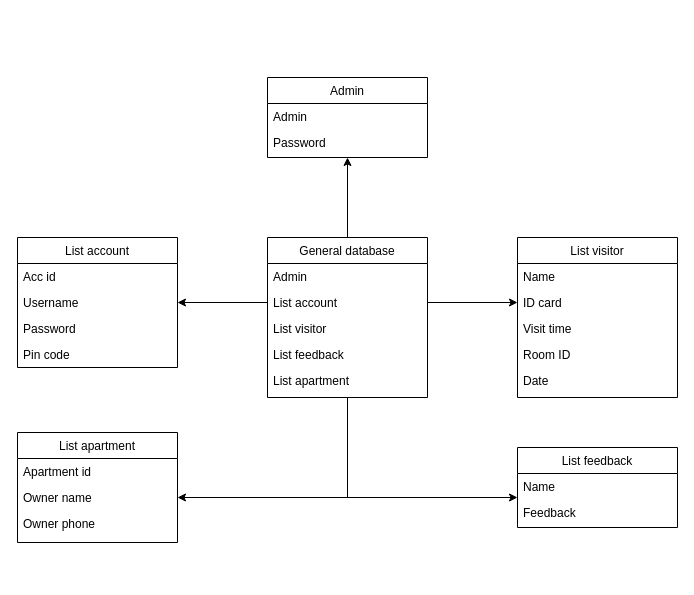
duongminhthanh/app_system_management_visitor_for_old_aparment keeps this draw.io diagram as diagram/Class Diagram.drawio. Above is the earlier version. Source tidied: cells renumbered, new cells numbered last; positions are measured from the earlier drawing's top-left corner, leaving out a move shared by most shapes. Both pictures are drawn from the tidied source at 100%, with x=0, y=0 at pixel (17, 77).
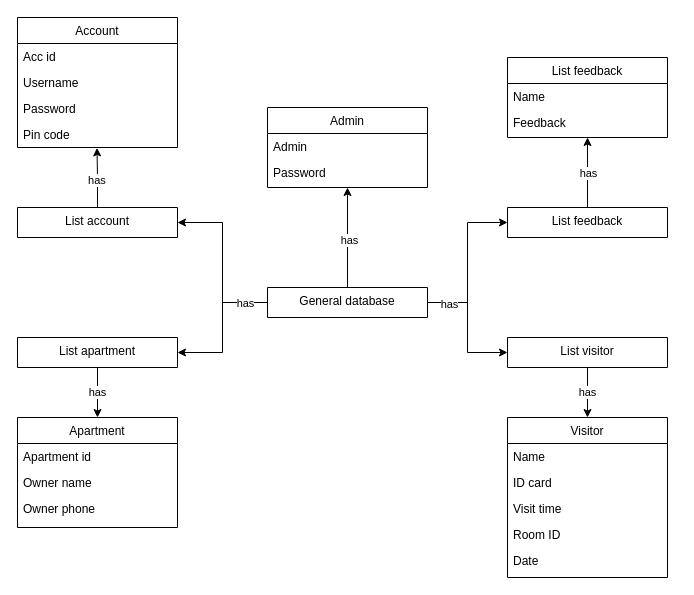
After the change.

Unchanged cells that the change refers to:
```xml
<mxCell id="4" value="Username" style="text;align=left;verticalAlign=top;spacingLeft=4;spacingRight=4;overflow=hidden;points=[[0,0.5],[1,0.5]];portConstraint=eastwest;rounded=0;shadow=0;html=0;" parent="2" vertex="1">
  <mxGeometry y="52" width="160" height="26" as="geometry" />
</mxCell>
<mxCell id="6" value="Pin code" style="text;align=left;verticalAlign=top;spacingLeft=4;spacingRight=4;overflow=hidden;points=[[0,0.5],[1,0.5]];portConstraint=eastwest;rounded=0;shadow=0;html=0;" parent="2" vertex="1">
  <mxGeometry y="104" width="160" height="26" as="geometry" />
</mxCell>
<mxCell id="21" value="ID card" style="text;align=left;verticalAlign=top;spacingLeft=4;spacingRight=4;overflow=hidden;points=[[0,0.5],[1,0.5]];portConstraint=eastwest;rounded=0;shadow=0;html=0;" parent="19" vertex="1">
  <mxGeometry y="52" width="160" height="26" as="geometry" />
</mxCell>
<mxCell id="29" value="Owner name" style="text;align=left;verticalAlign=top;spacingLeft=4;spacingRight=4;overflow=hidden;points=[[0,0.5],[1,0.5]];portConstraint=eastwest;rounded=0;shadow=0;html=0;" parent="27" vertex="1">
  <mxGeometry y="52" width="160" height="26" as="geometry" />
</mxCell>
<mxCell id="33" value="Feedback" style="text;align=left;verticalAlign=top;spacingLeft=4;spacingRight=4;overflow=hidden;points=[[0,0.5],[1,0.5]];portConstraint=eastwest;rounded=0;shadow=0;html=0;" parent="31" vertex="1">
  <mxGeometry y="52" width="160" height="26" as="geometry" />
</mxCell>
```

Change to the diagram source:
```diff
@@
-    <mxCell id="2" value="List account" style="swimlane;fontStyle=0;align=center;verticalAlign=top;horizontal=1;startSize=26;rounded=0;shadow=0;strokeWidth=1;" parent="1" vertex="1">
-      <mxGeometry y="160" width="160" height="130" as="geometry" />
+    <mxCell id="2" value="Account" style="swimlane;fontStyle=0;align=center;verticalAlign=top;horizontal=1;startSize=26;rounded=0;shadow=0;strokeWidth=1;" parent="1" vertex="1">
+      <mxGeometry y="-60" width="160" height="130" as="geometry" />
     </mxCell>
@@
-    <mxCell id="7" style="edgeStyle=orthogonalEdgeStyle;rounded=0;jettySize=auto;html=1;entryX=0.5;entryY=1;entryDx=0;entryDy=0;" parent="1" edge="1" source="10" target="16">
-      <mxGeometry relative="1" as="geometry" />
-    </mxCell>
-    <mxCell id="8" style="edgeStyle=orthogonalEdgeStyle;rounded=0;jettySize=auto;html=1;entryX=1;entryY=0.5;entryDx=0;entryDy=0;" parent="1" edge="1" source="10" target="29">
-      <mxGeometry relative="1" as="geometry" />
-    </mxCell>
-    <mxCell id="9" style="edgeStyle=orthogonalEdgeStyle;rounded=0;jettySize=auto;html=1;entryX=0;entryY=-0.077;entryDx=0;entryDy=0;entryPerimeter=0;" parent="1" edge="1" source="10" target="33">
-      <mxGeometry relative="1" as="geometry" />
-    </mxCell>
-    <mxCell id="10" value="General database" style="swimlane;fontStyle=0;align=center;verticalAlign=top;horizontal=1;startSize=26;rounded=0;shadow=0;strokeWidth=1;" parent="1" vertex="1">
-      <mxGeometry x="250" y="160" width="160" height="160" as="geometry" />
-    </mxCell>
-    <mxCell id="11" value="Admin" style="text;align=left;verticalAlign=top;spacingLeft=4;spacingRight=4;overflow=hidden;" parent="10" vertex="1">
-      <mxGeometry y="26" width="160" height="26" as="geometry" />
-    </mxCell>
-    <mxCell id="12" value="List account" style="text;align=left;verticalAlign=top;spacingLeft=4;spacingRight=4;overflow=hidden;points=[[0,0.5],[1,0.5]];portConstraint=eastwest;rounded=0;shadow=0;html=0;" parent="10" vertex="1">
-      <mxGeometry y="52" width="160" height="26" as="geometry" />
-    </mxCell>
-    <mxCell id="13" value="List visitor" style="text;align=left;verticalAlign=top;spacingLeft=4;spacingRight=4;overflow=hidden;points=[[0,0.5],[1,0.5]];portConstraint=eastwest;rounded=0;shadow=0;html=0;" parent="10" vertex="1">
-      <mxGeometry y="78" width="160" height="26" as="geometry" />
-    </mxCell>
-    <mxCell id="14" value="List feedback" style="text;align=left;verticalAlign=top;spacingLeft=4;spacingRight=4;overflow=hidden;points=[[0,0.5],[1,0.5]];portConstraint=eastwest;rounded=0;shadow=0;html=0;" parent="10" vertex="1">
-      <mxGeometry y="104" width="160" height="26" as="geometry" />
-    </mxCell>
-    <mxCell id="15" value="List apartment" style="text;align=left;verticalAlign=top;spacingLeft=4;spacingRight=4;overflow=hidden;points=[[0,0.5],[1,0.5]];portConstraint=eastwest;rounded=0;shadow=0;html=0;" parent="10" vertex="1">
-      <mxGeometry y="130" width="160" height="26" as="geometry" />
-    </mxCell>
     <mxCell id="16" value="Admin" style="swimlane;fontStyle=0;align=center;verticalAlign=top;horizontal=1;startSize=26;rounded=0;shadow=0;strokeWidth=1;" parent="1" vertex="1">
-      <mxGeometry x="250" width="160" height="80" as="geometry" />
+      <mxGeometry x="250" y="30" width="160" height="80" as="geometry" />
     </mxCell>
@@
-    <mxCell id="19" value="List visitor" style="swimlane;fontStyle=0;align=center;verticalAlign=top;horizontal=1;startSize=26;rounded=0;shadow=0;strokeWidth=1;" parent="1" vertex="1">
-      <mxGeometry x="500" y="160" width="160" height="160" as="geometry" />
+    <mxCell id="19" value="Visitor" style="swimlane;fontStyle=0;align=center;verticalAlign=top;horizontal=1;startSize=26;rounded=0;shadow=0;strokeWidth=1;" parent="1" vertex="1">
+      <mxGeometry x="490" y="340" width="160" height="160" as="geometry" />
     </mxCell>
@@
-    <mxCell id="25" style="edgeStyle=orthogonalEdgeStyle;rounded=0;jettySize=auto;html=1;exitX=0;exitY=0.5;exitDx=0;exitDy=0;entryX=1;entryY=0.5;entryDx=0;entryDy=0;" parent="1" edge="1" source="12" target="4">
-      <mxGeometry relative="1" as="geometry" />
-    </mxCell>
-    <mxCell id="26" style="edgeStyle=orthogonalEdgeStyle;rounded=0;jettySize=auto;html=1;entryX=0;entryY=0.5;entryDx=0;entryDy=0;" parent="1" edge="1" source="12" target="21">
-      <mxGeometry relative="1" as="geometry" />
-    </mxCell>
-    <mxCell id="27" value="List apartment" style="swimlane;fontStyle=0;align=center;verticalAlign=top;horizontal=1;startSize=26;rounded=0;shadow=0;strokeWidth=1;" parent="1" vertex="1">
-      <mxGeometry y="355" width="160" height="110" as="geometry" />
+    <mxCell id="27" value="Apartment" style="swimlane;fontStyle=0;align=center;verticalAlign=top;horizontal=1;startSize=26;rounded=0;shadow=0;strokeWidth=1;" parent="1" vertex="1">
+      <mxGeometry y="340" width="160" height="110" as="geometry" />
     </mxCell>
@@
     <mxCell id="31" value="List feedback" style="swimlane;fontStyle=0;align=center;verticalAlign=top;horizontal=1;startSize=26;rounded=0;shadow=0;strokeWidth=1;" parent="1" vertex="1">
-      <mxGeometry x="500" y="370" width="160" height="80" as="geometry" />
+      <mxGeometry x="490" y="-20" width="160" height="80" as="geometry" />
     </mxCell>
@@
+    <mxCell id="34" style="edgeStyle=orthogonalEdgeStyle;rounded=0;jettySize=auto;html=1;entryX=0.497;entryY=1.015;entryDx=0;entryDy=0;entryPerimeter=0;" parent="1" edge="1" source="12" target="6">
+      <mxGeometry relative="1" as="geometry" />
+    </mxCell>
+    <mxCell id="35" value="has&amp;nbsp;" style="edgeLabel;html=1;align=center;verticalAlign=middle;" parent="34" vertex="1">
+      <mxGeometry x="-0.08" relative="1" as="geometry" />
+    </mxCell>
+    <mxCell id="12" value="List account" style="swimlane;fontStyle=0;align=center;verticalAlign=top;horizontal=1;startSize=0;rounded=0;shadow=0;strokeWidth=1;" parent="1" vertex="1">
+      <mxGeometry y="130" width="160" height="30" as="geometry" />
+    </mxCell>
+    <mxCell id="7" style="edgeStyle=orthogonalEdgeStyle;rounded=0;jettySize=auto;html=1;entryX=0.5;entryY=1;entryDx=0;entryDy=0;" parent="1" edge="1" source="10" target="16">
+      <mxGeometry relative="1" as="geometry" />
+    </mxCell>
+    <mxCell id="36" value="has" style="edgeLabel;html=1;align=center;verticalAlign=middle;" parent="7" vertex="1">
+      <mxGeometry x="-0.05" y="-1" relative="1" as="geometry" />
+    </mxCell>
+    <mxCell id="37" style="edgeStyle=orthogonalEdgeStyle;rounded=0;jettySize=auto;html=1;entryX=0;entryY=0.5;entryDx=0;entryDy=0;" parent="1" edge="1" source="10" target="14">
+      <mxGeometry relative="1" as="geometry" />
+    </mxCell>
+    <mxCell id="38" style="edgeStyle=orthogonalEdgeStyle;rounded=0;jettySize=auto;html=1;entryX=1;entryY=0.5;entryDx=0;entryDy=0;" parent="1" edge="1" source="10" target="12">
+      <mxGeometry relative="1" as="geometry" />
+    </mxCell>
+    <mxCell id="39" style="edgeStyle=orthogonalEdgeStyle;rounded=0;jettySize=auto;html=1;entryX=1;entryY=0.5;entryDx=0;entryDy=0;" parent="1" edge="1" source="10" target="15">
+      <mxGeometry relative="1" as="geometry" />
+    </mxCell>
+    <mxCell id="40" value="has" style="edgeLabel;html=1;align=center;verticalAlign=middle;" parent="39" vertex="1">
+      <mxGeometry x="-0.67" relative="1" as="geometry" />
+    </mxCell>
+    <mxCell id="41" style="edgeStyle=orthogonalEdgeStyle;rounded=0;jettySize=auto;html=1;entryX=0;entryY=0.5;entryDx=0;entryDy=0;" parent="1" edge="1" source="10" target="13">
+      <mxGeometry relative="1" as="geometry" />
+    </mxCell>
+    <mxCell id="42" value="has" style="edgeLabel;html=1;align=center;verticalAlign=middle;" parent="41" vertex="1">
+      <mxGeometry x="-0.68" y="-1" relative="1" as="geometry" />
+    </mxCell>
+    <mxCell id="10" value="General database" style="swimlane;fontStyle=0;align=center;verticalAlign=top;horizontal=1;startSize=0;rounded=0;shadow=0;strokeWidth=1;" parent="1" vertex="1">
+      <mxGeometry x="250" y="210" width="160" height="30" as="geometry" />
+    </mxCell>
+    <mxCell id="43" style="edgeStyle=orthogonalEdgeStyle;rounded=0;jettySize=auto;html=1;entryX=0.5;entryY=1;entryDx=0;entryDy=0;" parent="1" edge="1" source="14" target="31">
+      <mxGeometry relative="1" as="geometry" />
+    </mxCell>
+    <mxCell id="44" value="has" style="edgeLabel;html=1;align=center;verticalAlign=middle;" parent="43" vertex="1">
+      <mxGeometry x="-0.01" relative="1" as="geometry" />
+    </mxCell>
+    <mxCell id="14" value="List feedback" style="swimlane;fontStyle=0;align=center;verticalAlign=top;horizontal=1;startSize=0;rounded=0;shadow=0;strokeWidth=1;" parent="1" vertex="1">
+      <mxGeometry x="490" y="130" width="160" height="30" as="geometry" />
+    </mxCell>
+    <mxCell id="45" style="edgeStyle=orthogonalEdgeStyle;rounded=0;jettySize=auto;html=1;entryX=0.5;entryY=0;entryDx=0;entryDy=0;" parent="1" edge="1" source="15" target="27">
+      <mxGeometry relative="1" as="geometry" />
+    </mxCell>
+    <mxCell id="46" value="has" style="edgeLabel;html=1;align=center;verticalAlign=middle;" parent="45" vertex="1">
+      <mxGeometry x="-0.06" y="-1" relative="1" as="geometry" />
+    </mxCell>
+    <mxCell id="15" value="List apartment" style="swimlane;fontStyle=0;align=center;verticalAlign=top;horizontal=1;startSize=0;rounded=0;shadow=0;strokeWidth=1;" parent="1" vertex="1">
+      <mxGeometry y="260" width="160" height="30" as="geometry" />
+    </mxCell>
+    <mxCell id="47" value="has" style="edgeStyle=orthogonalEdgeStyle;rounded=0;jettySize=auto;html=1;entryX=0.5;entryY=0;entryDx=0;entryDy=0;" parent="1" edge="1" source="13" target="19">
+      <mxGeometry relative="1" as="geometry" />
+    </mxCell>
+    <mxCell id="13" value="List visitor" style="swimlane;fontStyle=0;align=center;verticalAlign=top;horizontal=1;startSize=0;rounded=0;shadow=0;strokeWidth=1;" parent="1" vertex="1">
+      <mxGeometry x="490" y="260" width="160" height="30" as="geometry" />
+    </mxCell>
```
